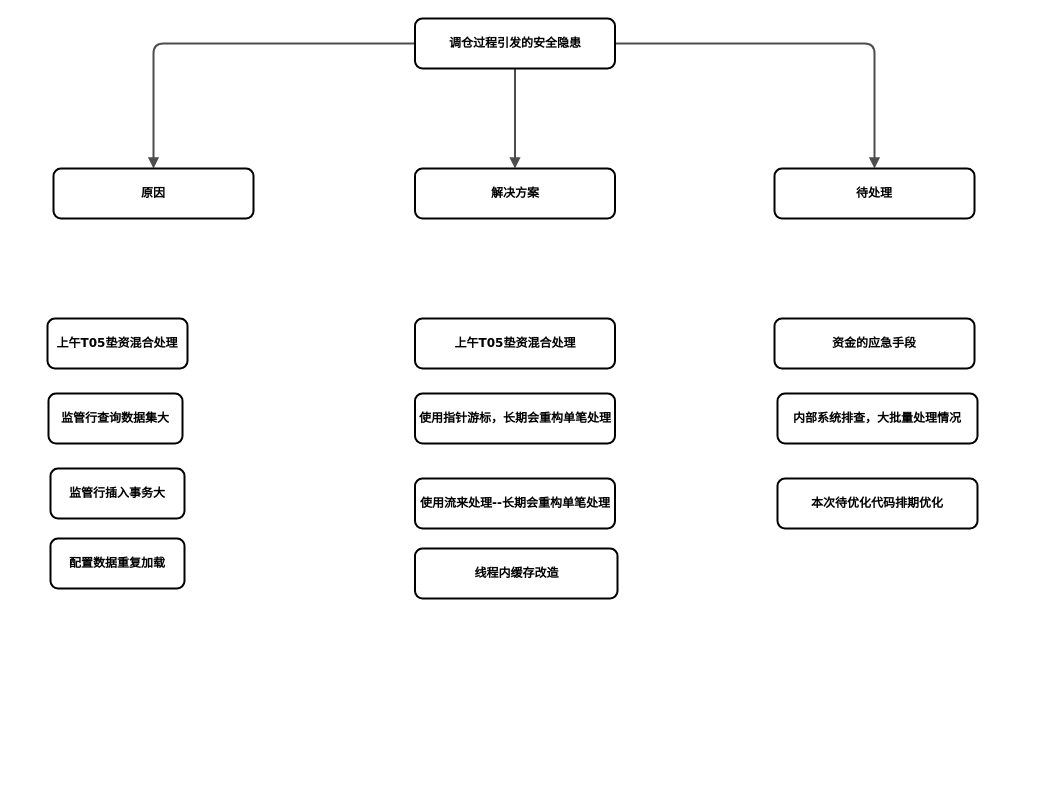
The draw.io diagram 未命名绘图.drawio in jiangangch/test, before the edit. Source tidied: cells renumbered, new cells numbered last; positions are measured from the earlier drawing's top-left corner, leaving out a move shared by most shapes. Both pictures are drawn from the tidied source at 100%, with x=0, y=0 at pixel (47, 18).
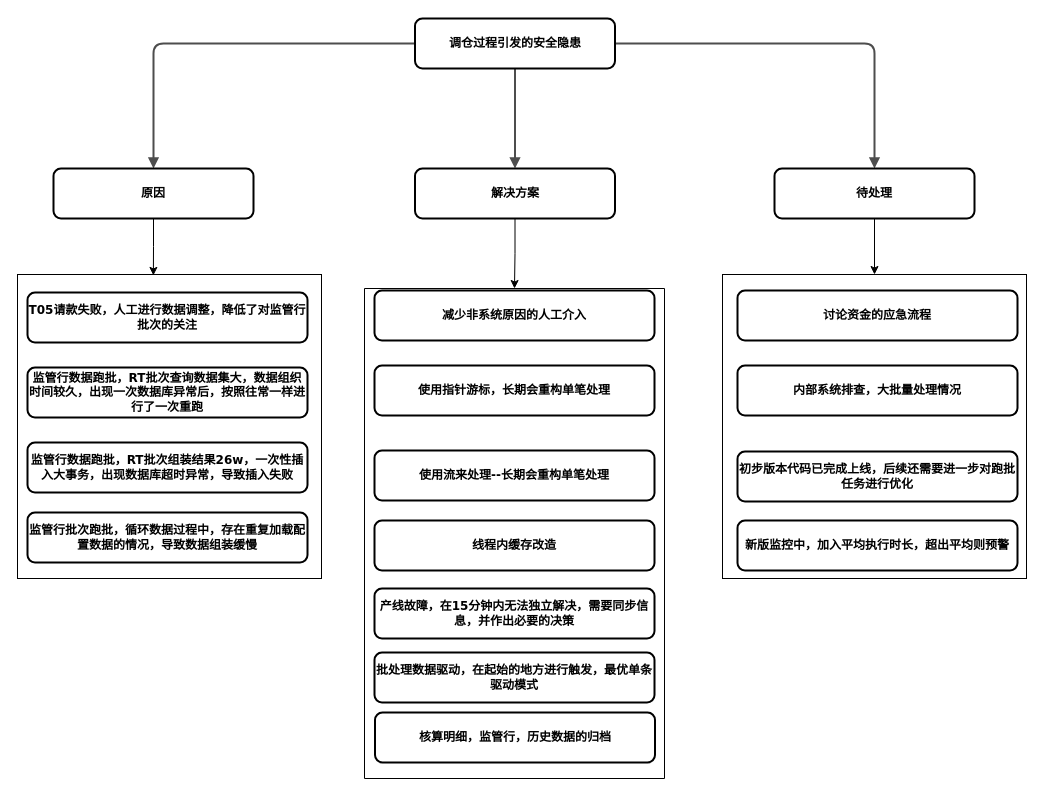
The same page after the edit.

Commit message:
调仓过程引发的安全隐患.drawio

Unchanged cells that the change refers to:
```xml
<mxCell id="6" value="原因" style="whiteSpace=wrap;html=1;rounded=1;shadow=0;comic=0;strokeWidth=2;fontFamily=Verdana;align=center;fontSize=12;fontStyle=1;" parent="1" vertex="1">
  <mxGeometry x="6" y="150" width="200" height="50" as="geometry" />
</mxCell>
<mxCell id="8" value="解决方案" style="whiteSpace=wrap;html=1;rounded=1;shadow=0;comic=0;strokeWidth=2;fontFamily=Verdana;align=center;fontSize=12;fontStyle=1;" parent="1" vertex="1">
  <mxGeometry x="367.5" y="150" width="200" height="50" as="geometry" />
</mxCell>
<mxCell id="10" value="待处理" style="whiteSpace=wrap;html=1;rounded=1;shadow=0;comic=0;strokeWidth=2;fontFamily=Verdana;align=center;fontSize=12;fontStyle=1;" parent="1" vertex="1">
  <mxGeometry x="727" y="150" width="200" height="50" as="geometry" />
</mxCell>
```

What changed in the source:
```diff
@@
+    <mxCell id="20" style="whiteSpace=wrap;html=1;" parent="1" vertex="1">
+      <mxGeometry x="675" y="256" width="304" height="304" as="geometry" />
+    </mxCell>
+    <mxCell id="21" style="whiteSpace=wrap;html=1;" parent="1" vertex="1">
+      <mxGeometry x="-30" y="256" width="304" height="304" as="geometry" />
+    </mxCell>
@@
-    <mxCell id="5" value="上午T05垫资混合处理" style="whiteSpace=wrap;html=1;rounded=1;shadow=0;comic=0;strokeWidth=2;fontFamily=Verdana;align=center;fontSize=12;fontStyle=1;" parent="1" vertex="1">
-      <mxGeometry y="300" width="140" height="50" as="geometry" />
+    <mxCell id="5" value="T05请款失败，人工进行数据调整，降低了对监管行批次的关注" style="whiteSpace=wrap;html=1;rounded=1;shadow=0;comic=0;strokeWidth=2;fontFamily=Verdana;align=center;fontSize=12;fontStyle=1;" parent="1" vertex="1">
+      <mxGeometry x="-20" y="274" width="280" height="50" as="geometry" />
     </mxCell>
+    <mxCell id="22" style="edgeStyle=orthogonalEdgeStyle;rounded=0;jettySize=auto;html=1;exitX=0.5;exitY=1;exitDx=0;exitDy=0;entryX=0.447;entryY=0.003;entryDx=0;entryDy=0;entryPerimeter=0;" parent="1" edge="1" source="6" target="21">
+      <mxGeometry relative="1" as="geometry" />
+    </mxCell>
@@
-    <mxCell id="7" value="监管行查询数据集大" style="whiteSpace=wrap;html=1;rounded=1;shadow=0;comic=0;strokeWidth=2;fontFamily=Verdana;align=center;fontSize=12;fontStyle=1;" parent="1" vertex="1">
-      <mxGeometry x="1" y="375" width="134" height="50" as="geometry" />
+    <mxCell id="7" value="监管行数据跑批，RT批次查询数据集大，数据组织时间较久，出现一次数据库异常后，按照往常一样进行了一次重跑" style="whiteSpace=wrap;html=1;rounded=1;shadow=0;comic=0;strokeWidth=2;fontFamily=Verdana;align=center;fontSize=12;fontStyle=1;" parent="1" vertex="1">
+      <mxGeometry x="-20" y="349" width="280" height="50" as="geometry" />
     </mxCell>
+    <mxCell id="23" style="edgeStyle=orthogonalEdgeStyle;rounded=0;jettySize=auto;html=1;exitX=0.5;exitY=1;exitDx=0;exitDy=0;entryX=0.5;entryY=0;entryDx=0;entryDy=0;" parent="1" edge="1" source="8" target="27">
+      <mxGeometry relative="1" as="geometry" />
+    </mxCell>
@@
+    <mxCell id="24" style="edgeStyle=orthogonalEdgeStyle;rounded=0;jettySize=auto;html=1;exitX=0.5;exitY=1;exitDx=0;exitDy=0;entryX=0.5;entryY=0;entryDx=0;entryDy=0;" parent="1" edge="1" source="10" target="20">
+      <mxGeometry relative="1" as="geometry" />
+    </mxCell>
@@
-    <mxCell id="11" value="资金的应急手段" style="whiteSpace=wrap;html=1;rounded=1;shadow=0;comic=0;strokeWidth=2;fontFamily=Verdana;align=center;fontSize=12;fontStyle=1;" parent="1" vertex="1">
-      <mxGeometry x="727" y="300" width="200" height="50" as="geometry" />
+    <mxCell id="11" value="讨论资金的应急流程" style="whiteSpace=wrap;html=1;rounded=1;shadow=0;comic=0;strokeWidth=2;fontFamily=Verdana;align=center;fontSize=12;fontStyle=1;" parent="1" vertex="1">
+      <mxGeometry x="690" y="272" width="280" height="50" as="geometry" />
     </mxCell>
-    <mxCell id="12" value="监管行插入事务大" style="whiteSpace=wrap;html=1;rounded=1;shadow=0;comic=0;strokeWidth=2;fontFamily=Verdana;align=center;fontSize=12;fontStyle=1;" parent="1" vertex="1">
-      <mxGeometry x="3" y="450" width="134" height="50" as="geometry" />
+    <mxCell id="12" value="监管行数据跑批，RT批次组装结果26w，一次性插入大事务，出现数据库超时异常，导致插入失败" style="whiteSpace=wrap;html=1;rounded=1;shadow=0;comic=0;strokeWidth=2;fontFamily=Verdana;align=center;fontSize=12;fontStyle=1;" parent="1" vertex="1">
+      <mxGeometry x="-20" y="424" width="280" height="50" as="geometry" />
     </mxCell>
-    <mxCell id="13" value="上午T05垫资混合处理" style="whiteSpace=wrap;html=1;rounded=1;shadow=0;comic=0;strokeWidth=2;fontFamily=Verdana;align=center;fontSize=12;fontStyle=1;" parent="1" vertex="1">
-      <mxGeometry x="367.5" y="300" width="200" height="50" as="geometry" />
+    <mxCell id="13" value="减少非系统原因的人工介入" style="whiteSpace=wrap;html=1;rounded=1;shadow=0;comic=0;strokeWidth=2;fontFamily=Verdana;align=center;fontSize=12;fontStyle=1;" parent="1" vertex="1">
+      <mxGeometry x="327" y="272" width="280" height="50" as="geometry" />
     </mxCell>
     <mxCell id="14" value="使用指针游标，长期会重构单笔处理" style="whiteSpace=wrap;html=1;rounded=1;shadow=0;comic=0;strokeWidth=2;fontFamily=Verdana;align=center;fontSize=12;fontStyle=1;" parent="1" vertex="1">
-      <mxGeometry x="367.5" y="375" width="200" height="50" as="geometry" />
+      <mxGeometry x="327" y="347" width="280" height="50" as="geometry" />
     </mxCell>
     <mxCell id="15" value="使用流来处理--长期会重构单笔处理" style="whiteSpace=wrap;html=1;rounded=1;shadow=0;comic=0;strokeWidth=2;fontFamily=Verdana;align=center;fontSize=12;fontStyle=1;" parent="1" vertex="1">
-      <mxGeometry x="367.5" y="460" width="200" height="50" as="geometry" />
+      <mxGeometry x="327" y="432" width="280" height="50" as="geometry" />
     </mxCell>
     <mxCell id="16" value="内部系统排查，大批量处理情况" style="whiteSpace=wrap;html=1;rounded=1;shadow=0;comic=0;strokeWidth=2;fontFamily=Verdana;align=center;fontSize=12;fontStyle=1;" parent="1" vertex="1">
-      <mxGeometry x="730" y="375" width="200" height="50" as="geometry" />
+      <mxGeometry x="690" y="347" width="280" height="50" as="geometry" />
     </mxCell>
-    <mxCell id="17" value="本次待优化代码排期优化" style="whiteSpace=wrap;html=1;rounded=1;shadow=0;comic=0;strokeWidth=2;fontFamily=Verdana;align=center;fontSize=12;fontStyle=1;" parent="1" vertex="1">
-      <mxGeometry x="730" y="460" width="200" height="50" as="geometry" />
+    <mxCell id="17" value="初步版本代码已完成上线，后续还需要进一步对跑批任务进行优化" style="whiteSpace=wrap;html=1;rounded=1;shadow=0;comic=0;strokeWidth=2;fontFamily=Verdana;align=center;fontSize=12;fontStyle=1;" parent="1" vertex="1">
+      <mxGeometry x="690" y="433" width="280" height="50" as="geometry" />
     </mxCell>
-    <mxCell id="18" value="配置数据重复加载" style="whiteSpace=wrap;html=1;rounded=1;shadow=0;comic=0;strokeWidth=2;fontFamily=Verdana;align=center;fontSize=12;fontStyle=1;" parent="1" vertex="1">
-      <mxGeometry x="3" y="520" width="134" height="50" as="geometry" />
+    <mxCell id="18" value="监管行批次跑批，循环数据过程中，存在重复加载配置数据的情况，导致数据组装缓慢" style="whiteSpace=wrap;html=1;rounded=1;shadow=0;comic=0;strokeWidth=2;fontFamily=Verdana;align=center;fontSize=12;fontStyle=1;" parent="1" vertex="1">
+      <mxGeometry x="-20" y="494" width="280" height="50" as="geometry" />
     </mxCell>
     <mxCell id="19" value="线程内缓存改造" style="whiteSpace=wrap;html=1;rounded=1;shadow=0;comic=0;strokeWidth=2;fontFamily=Verdana;align=center;fontSize=12;fontStyle=1;" parent="1" vertex="1">
-      <mxGeometry x="367.5" y="530" width="202.5" height="50" as="geometry" />
+      <mxGeometry x="327" y="502" width="280" height="50" as="geometry" />
     </mxCell>
+    <mxCell id="25" value="新版监控中，加入平均执行时长，超出平均则预警" style="whiteSpace=wrap;html=1;rounded=1;shadow=0;comic=0;strokeWidth=2;fontFamily=Verdana;align=center;fontSize=12;fontStyle=1;" parent="1" vertex="1">
+      <mxGeometry x="690" y="502" width="280" height="50" as="geometry" />
+    </mxCell>
+    <mxCell id="26" value="产线故障，在15分钟内无法独立解决，需要同步信息，并作出必要的决策" style="whiteSpace=wrap;html=1;rounded=1;shadow=0;comic=0;strokeWidth=2;fontFamily=Verdana;align=center;fontSize=12;fontStyle=1;" parent="1" vertex="1">
+      <mxGeometry x="327" y="570" width="280" height="50" as="geometry" />
+    </mxCell>
+    <mxCell id="27" style="swimlane;startSize=0;" parent="1" vertex="1">
+      <mxGeometry x="317" y="270" width="300" height="490" as="geometry" />
+    </mxCell>
+    <mxCell id="28" value="批处理数据驱动，在起始的地方进行触发，最优单条驱动模式" style="whiteSpace=wrap;html=1;rounded=1;shadow=0;comic=0;strokeWidth=2;fontFamily=Verdana;align=center;fontSize=12;fontStyle=1;" parent="27" vertex="1">
+      <mxGeometry x="10" y="364" width="280" height="50" as="geometry" />
+    </mxCell>
+    <mxCell id="29" value="核算明细，监管行，历史数据的归档" style="whiteSpace=wrap;html=1;rounded=1;shadow=0;comic=0;strokeWidth=2;fontFamily=Verdana;align=center;fontSize=12;fontStyle=1;" parent="27" vertex="1">
+      <mxGeometry x="10.5" y="424" width="280" height="50" as="geometry" />
+    </mxCell>
```
